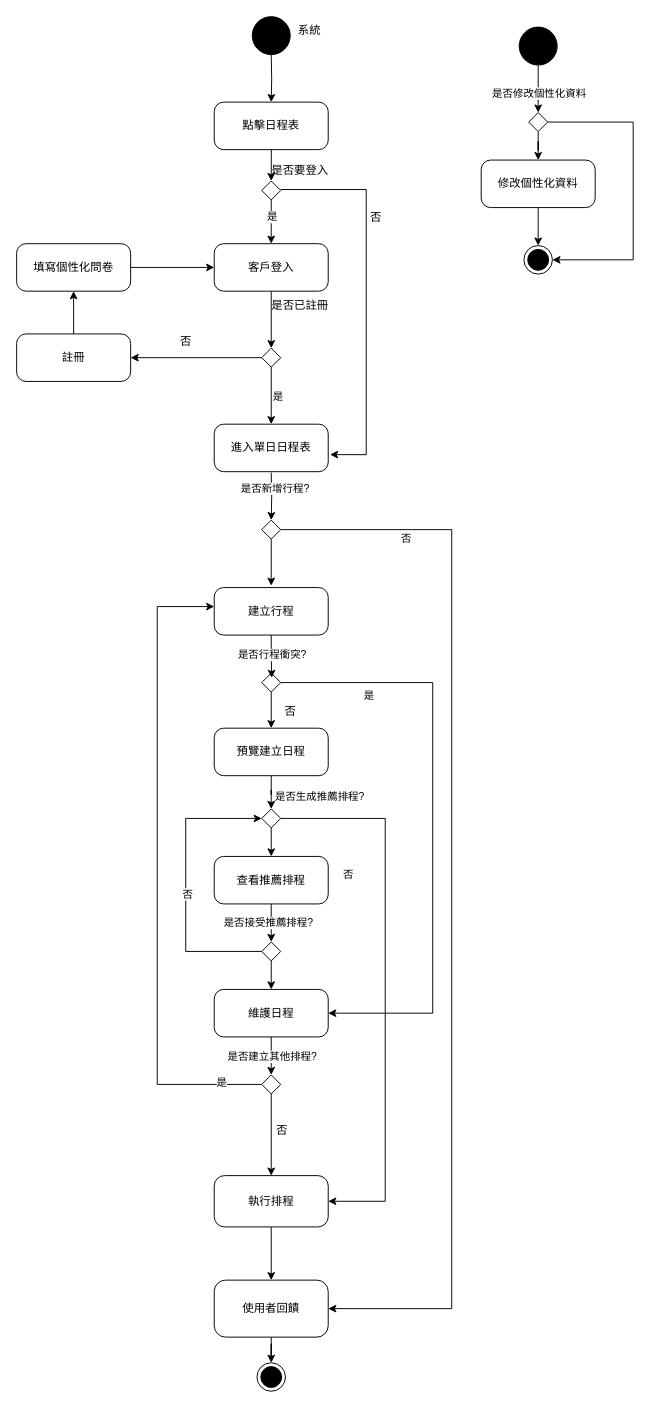
Kevincheng0804/Graduation-Topic keeps this draw.io diagram as page "活動圖-初審" (4 of 6) of 系統設計圖/使用個案圖20250226.drawio. Above is the earlier version. Source tidied: cells renumbered, new cells numbered last; positions are measured from the earlier drawing's top-left corner, leaving out a move shared by most shapes. Both pictures are drawn from the tidied source at 95%, with x=0, y=0 at pixel (16, 16).
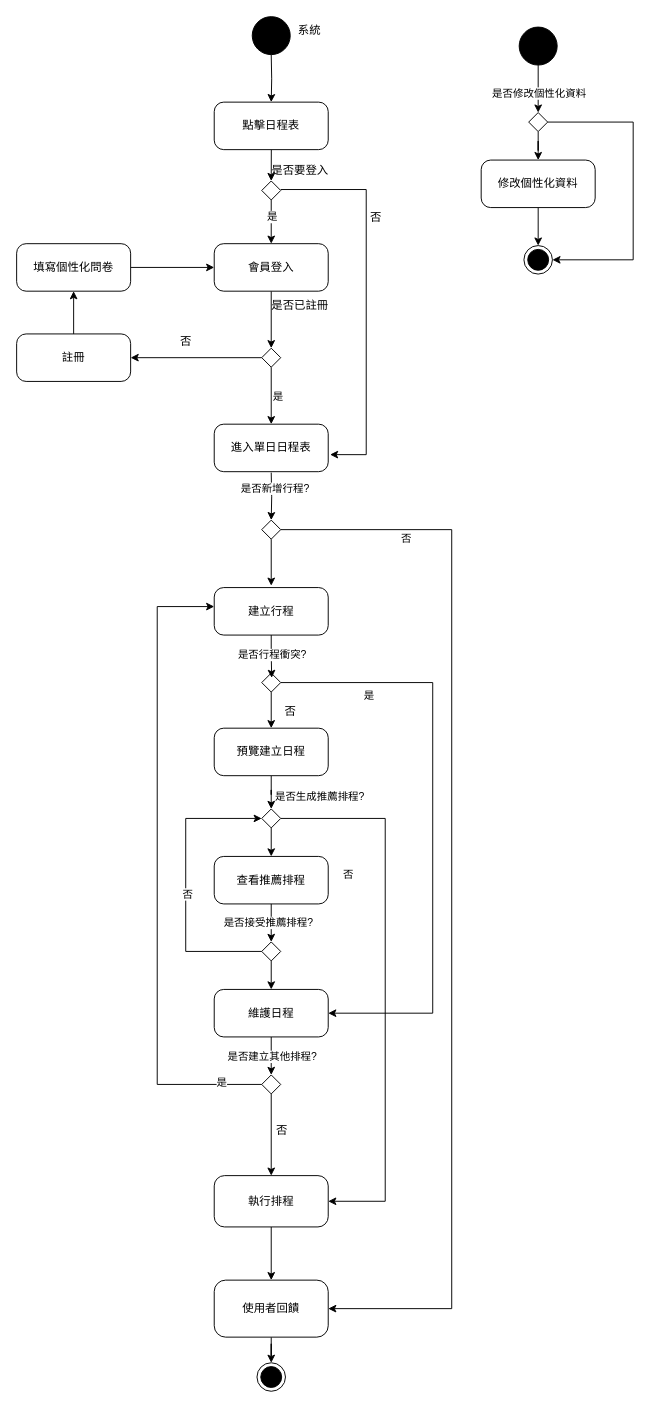
Above is the later version.

Change to the diagram source:
```diff
@@
-    <mxCell id="41" value="客戶登入" style="html=1;dashed=0;rounded=1;absoluteArcSize=1;arcSize=20;verticalAlign=middle;align=center;whiteSpace=wrap;" parent="1" vertex="1">
+    <mxCell id="41" value="會員登入" style="html=1;dashed=0;rounded=1;absoluteArcSize=1;arcSize=20;verticalAlign=middle;align=center;whiteSpace=wrap;" parent="1" vertex="1">
       <mxGeometry x="208" y="239" width="120" height="50" as="geometry" />
     </mxCell>
```
